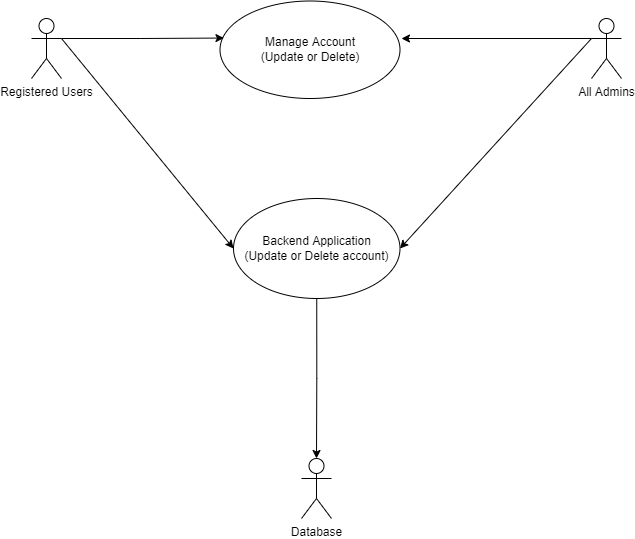
Before: Use case diagram/manage_account.png, a diagram exported from draw.io (mohitleo03/Software-Engineering-Project-Management). Source tidied: cells renumbered, new cells last; positions are measured from the earlier drawing's top-left corner, leaving out a move shared by most shapes. Its diagram source:
```xml
<mxGraphModel>
  <root>
    <mxCell id="0" />
    <mxCell id="1" parent="0" />
    <mxCell id="2" value="Manage Account&lt;br&gt;(Update or Delete)" style="ellipse;whiteSpace=wrap;html=1;" parent="1" vertex="1">
      <mxGeometry x="188.5" y="0.5" width="180" height="97.5" as="geometry" />
    </mxCell>
    <mxCell id="3" style="edgeStyle=orthogonalEdgeStyle;rounded=0;jettySize=auto;html=1;exitX=0.5;exitY=1;exitDx=0;exitDy=0;entryX=0.5;entryY=0;entryDx=0;entryDy=0;entryPerimeter=0;" parent="1" edge="1" source="4" target="11">
      <mxGeometry relative="1" as="geometry" />
    </mxCell>
    <mxCell id="4" value="Backend Application&lt;br&gt;(Update or Delete account)" style="ellipse;whiteSpace=wrap;html=1;" parent="1" vertex="1">
      <mxGeometry x="202" y="198" width="166.5" height="100" as="geometry" />
    </mxCell>
    <mxCell id="5" style="edgeStyle=orthogonalEdgeStyle;rounded=0;jettySize=auto;html=1;exitX=1;exitY=0.3333333333333333;exitDx=0;exitDy=0;exitPerimeter=0;entryX=0.022;entryY=0.38;entryDx=0;entryDy=0;entryPerimeter=0;" parent="1" edge="1" source="6" target="2">
      <mxGeometry relative="1" as="geometry" />
    </mxCell>
    <mxCell id="6" value="Registered Users" style="shape=umlActor;verticalLabelPosition=bottom;verticalAlign=top;html=1;outlineConnect=0;" parent="1" vertex="1">
      <mxGeometry y="18" width="30" height="60" as="geometry" />
    </mxCell>
    <mxCell id="7" style="endArrow=classic;html=1;rounded=0;exitX=1;exitY=0.3333333333333333;exitDx=0;exitDy=0;exitPerimeter=0;entryX=0;entryY=0.5;entryDx=0;entryDy=0;" parent="1" edge="1" source="6" target="4">
      <mxGeometry relative="1" as="geometry" />
    </mxCell>
    <mxCell id="8" style="edgeStyle=orthogonalEdgeStyle;rounded=0;jettySize=auto;html=1;exitX=0;exitY=0.3333333333333333;exitDx=0;exitDy=0;exitPerimeter=0;" parent="1" edge="1" source="9">
      <mxGeometry relative="1" as="geometry">
        <mxPoint x="370" y="38" as="targetPoint" />
      </mxGeometry>
    </mxCell>
    <mxCell id="9" value="All Admins" style="shape=umlActor;verticalLabelPosition=bottom;verticalAlign=top;html=1;outlineConnect=0;" parent="1" vertex="1">
      <mxGeometry x="560" y="18" width="30" height="60" as="geometry" />
    </mxCell>
    <mxCell id="10" style="endArrow=classic;html=1;rounded=0;exitX=0;exitY=0.3333333333333333;exitDx=0;exitDy=0;exitPerimeter=0;entryX=1;entryY=0.5;entryDx=0;entryDy=0;" parent="1" edge="1" source="9" target="4">
      <mxGeometry relative="1" as="geometry" />
    </mxCell>
    <mxCell id="11" value="Database" style="shape=umlActor;verticalLabelPosition=bottom;verticalAlign=top;html=1;outlineConnect=0;" parent="1" vertex="1">
      <mxGeometry x="270" y="458" width="30" height="60" as="geometry" />
    </mxCell>
  </root>
</mxGraphModel>
```
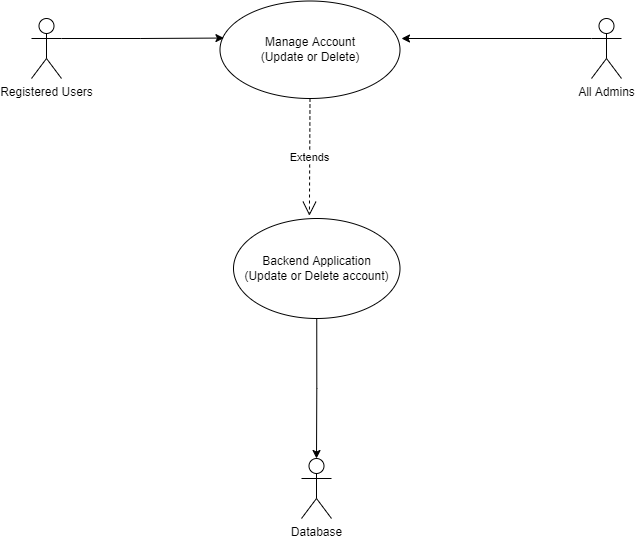
After the change.

Diff of the diagram source:
```diff
@@ -9,7 +9,7 @@
       <mxGeometry relative="1" as="geometry" />
     </mxCell>
     <mxCell id="4" value="Backend Application&lt;br&gt;(Update or Delete account)" style="ellipse;whiteSpace=wrap;html=1;" parent="1" vertex="1">
-      <mxGeometry x="202" y="198" width="166.5" height="100" as="geometry" />
+      <mxGeometry x="202" y="218" width="166.5" height="100" as="geometry" />
     </mxCell>
     <mxCell id="5" style="edgeStyle=orthogonalEdgeStyle;rounded=0;jettySize=auto;html=1;exitX=1;exitY=0.3333333333333333;exitDx=0;exitDy=0;exitPerimeter=0;entryX=0.022;entryY=0.38;entryDx=0;entryDy=0;entryPerimeter=0;" parent="1" edge="1" source="6" target="2">
       <mxGeometry relative="1" as="geometry" />
@@ -17,9 +17,6 @@
     <mxCell id="6" value="Registered Users" style="shape=umlActor;verticalLabelPosition=bottom;verticalAlign=top;html=1;outlineConnect=0;" parent="1" vertex="1">
       <mxGeometry y="18" width="30" height="60" as="geometry" />
     </mxCell>
-    <mxCell id="7" style="endArrow=classic;html=1;rounded=0;exitX=1;exitY=0.3333333333333333;exitDx=0;exitDy=0;exitPerimeter=0;entryX=0;entryY=0.5;entryDx=0;entryDy=0;" parent="1" edge="1" source="6" target="4">
-      <mxGeometry relative="1" as="geometry" />
-    </mxCell>
     <mxCell id="8" style="edgeStyle=orthogonalEdgeStyle;rounded=0;jettySize=auto;html=1;exitX=0;exitY=0.3333333333333333;exitDx=0;exitDy=0;exitPerimeter=0;" parent="1" edge="1" source="9">
       <mxGeometry relative="1" as="geometry">
         <mxPoint x="370" y="38" as="targetPoint" />
@@ -28,11 +25,11 @@
     <mxCell id="9" value="All Admins" style="shape=umlActor;verticalLabelPosition=bottom;verticalAlign=top;html=1;outlineConnect=0;" parent="1" vertex="1">
       <mxGeometry x="560" y="18" width="30" height="60" as="geometry" />
     </mxCell>
-    <mxCell id="10" style="endArrow=classic;html=1;rounded=0;exitX=0;exitY=0.3333333333333333;exitDx=0;exitDy=0;exitPerimeter=0;entryX=1;entryY=0.5;entryDx=0;entryDy=0;" parent="1" edge="1" source="9" target="4">
-      <mxGeometry relative="1" as="geometry" />
-    </mxCell>
     <mxCell id="11" value="Database" style="shape=umlActor;verticalLabelPosition=bottom;verticalAlign=top;html=1;outlineConnect=0;" parent="1" vertex="1">
       <mxGeometry x="270" y="458" width="30" height="60" as="geometry" />
     </mxCell>
+    <mxCell id="12" value="Extends" style="endArrow=open;endSize=12;dashed=1;html=1;rounded=0;exitX=0.5;exitY=1;exitDx=0;exitDy=0;entryX=0.456;entryY=-0.028;entryDx=0;entryDy=0;entryPerimeter=0;" parent="1" edge="1" source="2" target="4">
+      <mxGeometry relative="1" as="geometry" />
+    </mxCell>
   </root>
 </mxGraphModel>
```
